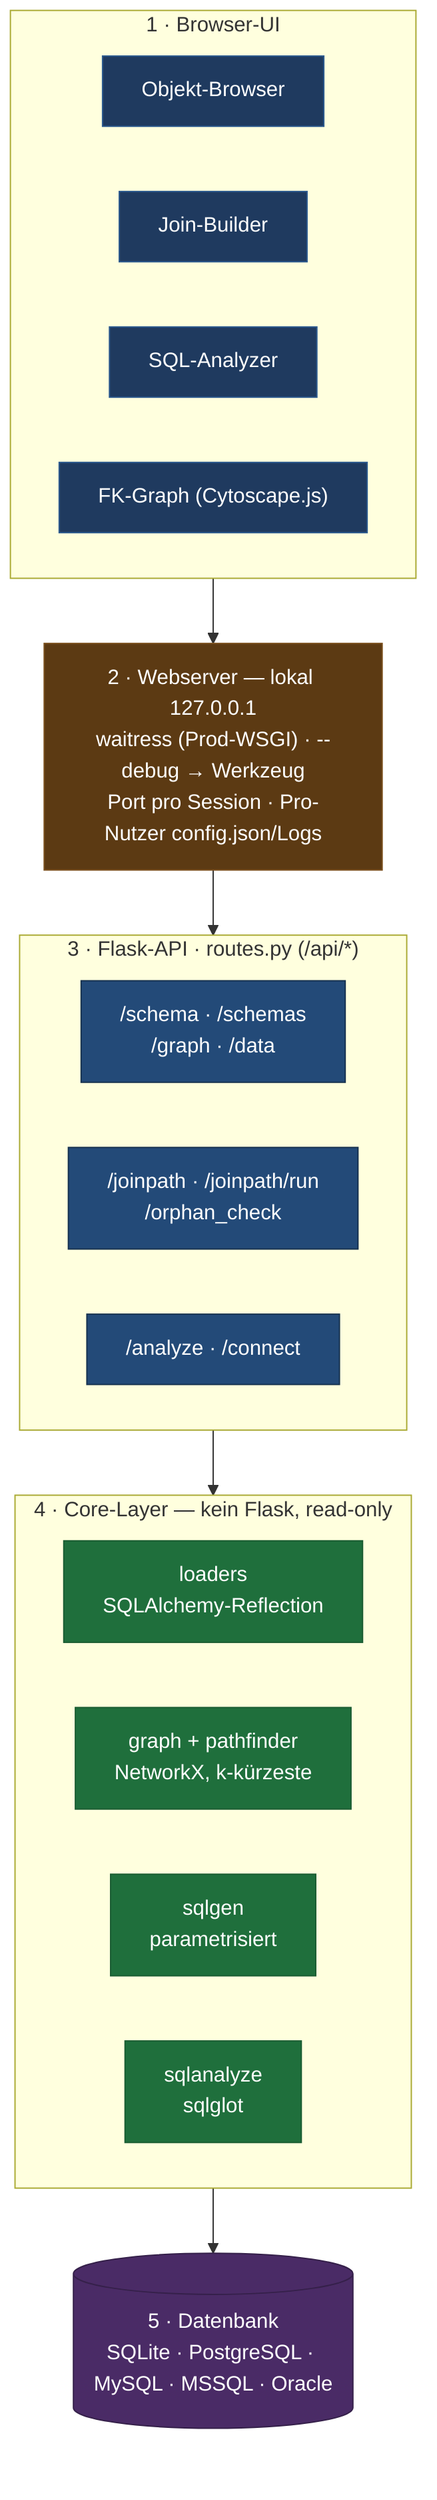
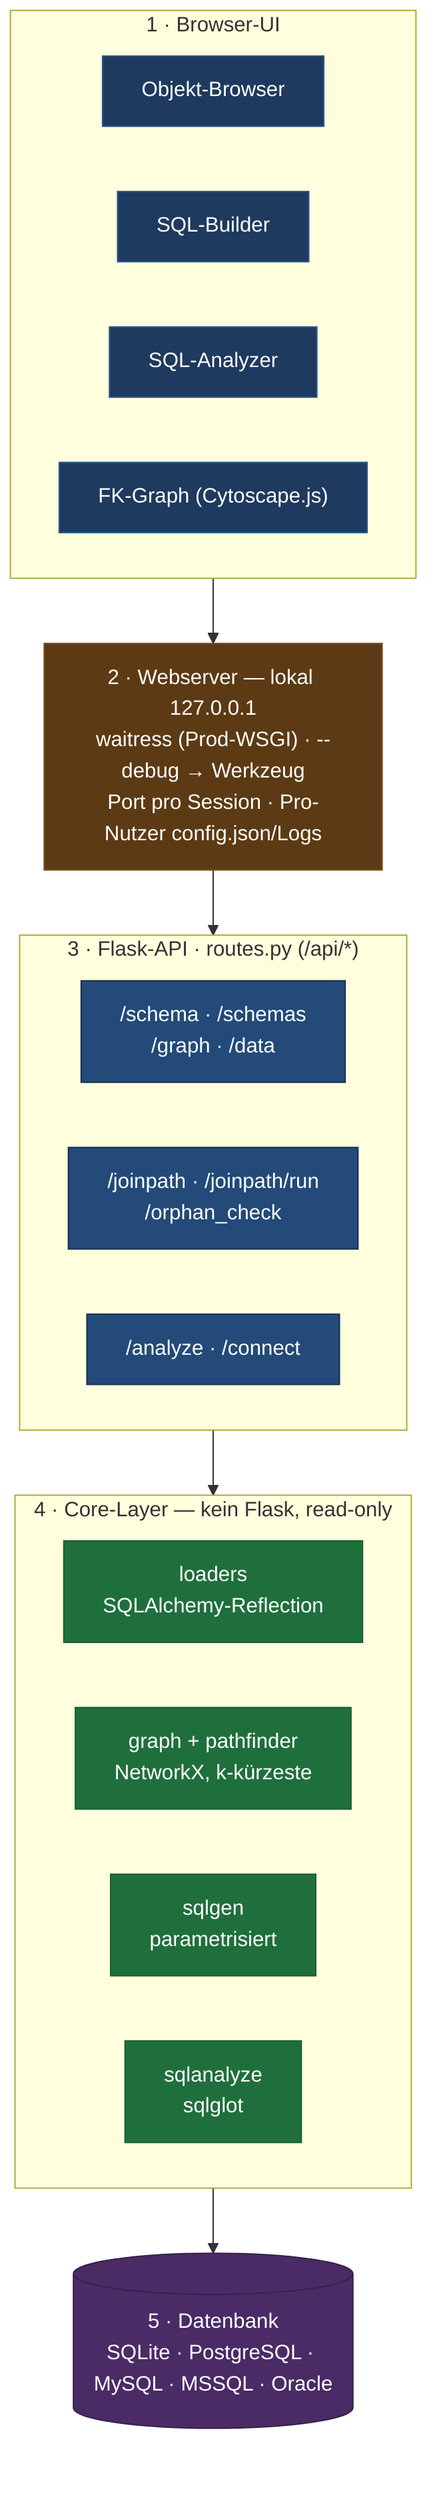
graph TB
    classDef ui   fill:#1f3a5f,color:#fff,stroke:#2c5a8f,stroke-width:1px
    classDef srv  fill:#5c3a13,color:#fff,stroke:#7a4f1d,stroke-width:1px
    classDef api  fill:#234a78,color:#fff,stroke:#16314f,stroke-width:1px
    classDef core fill:#1f6f3c,color:#fff,stroke:#1a5c32,stroke-width:1px
    classDef db   fill:#4a2b66,color:#fff,stroke:#35204a,stroke-width:1px

    subgraph L1["1 · Browser-UI"]
        direction LR
        OB["Objekt-Browser"]
-         JB["Join-Builder"]
+         JB["SQL-Builder"]
        AN["SQL-Analyzer"]
        GR["FK-Graph (Cytoscape.js)"]
    end

    WS["2 · Webserver — lokal 127.0.0.1\nwaitress (Prod-WSGI) · --debug → Werkzeug\nPort pro Session · Pro-Nutzer config.json/Logs"]

    subgraph L3["3 · Flask-API · routes.py (/api/*)"]
        direction LR
        A1["/schema · /schemas\n/graph · /data"]
        A2["/joinpath · /joinpath/run\n/orphan_check"]
        A3["/analyze · /connect"]
    end

    subgraph L4["4 · Core-Layer — kein Flask, read-only"]
        direction LR
        C1["loaders\nSQLAlchemy-Reflection"]
        C2["graph + pathfinder\nNetworkX, k-kürzeste"]
        C3["sqlgen\nparametrisiert"]
        C4["sqlanalyze\nsqlglot"]
    end

    DB[("5 · Datenbank\nSQLite · PostgreSQL · MySQL · MSSQL · Oracle")]

    L1 --> WS
    WS --> L3
    L3 --> L4
    L4 --> DB

    class OB,JB,AN,GR ui
    class WS srv
    class A1,A2,A3 api
    class C1,C2,C3,C4 core
    class DB db
